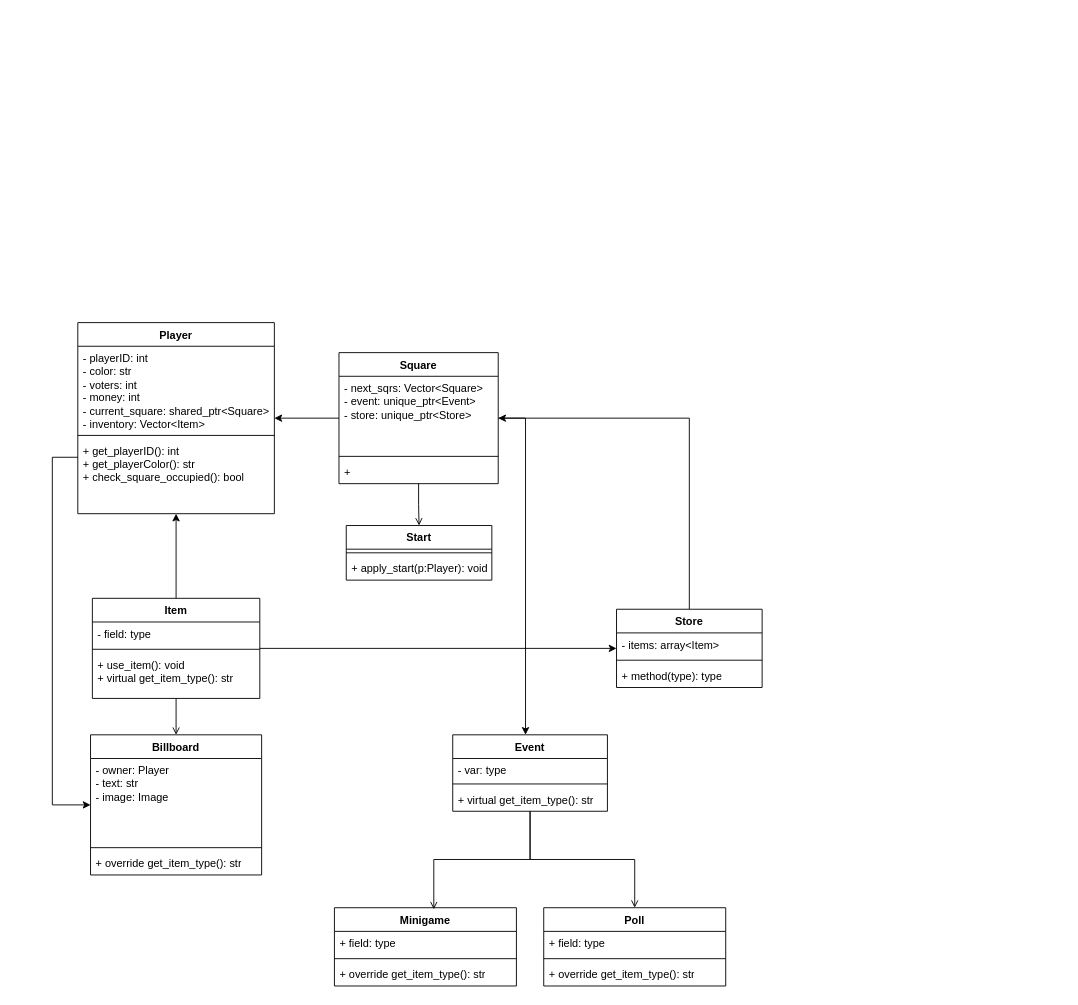
drussillo/PoliticalPartyParty keeps this draw.io diagram as design/p3UML.drawio. Above is the earlier version. Source tidied: cells renumbered, new cells numbered last; positions are measured from the earlier drawing's top-left corner, leaving out a move shared by most shapes. Both pictures are drawn from the tidied source at 91%, with x=0, y=0 at pixel (52, 322).
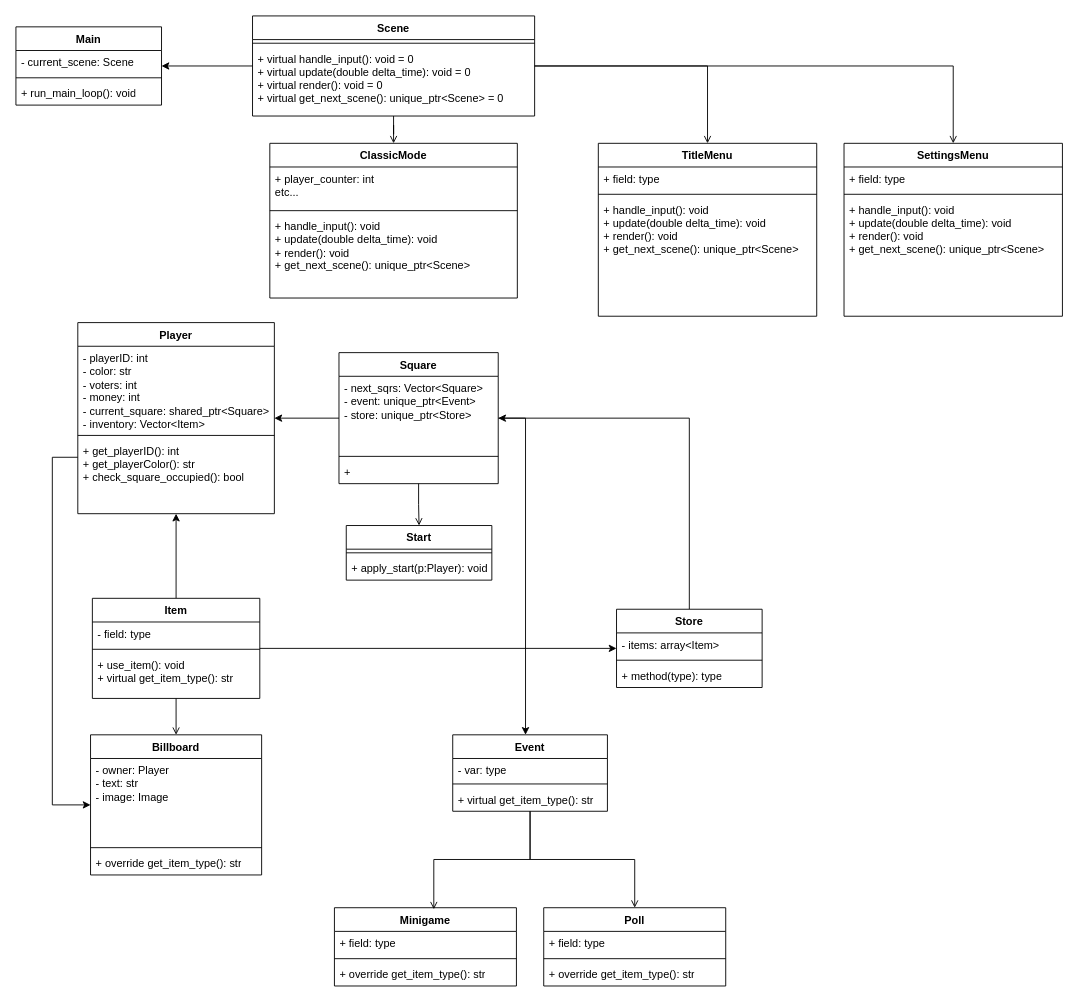
The same page after the edit.

Commit message:
Updated UML diagram - Added scene class and subclasses

The edit, as a diff of the source:
```diff
@@
+    <mxCell id="47" style="edgeStyle=orthogonalEdgeStyle;rounded=0;jettySize=auto;html=1;" parent="1" edge="1" source="51" target="54">
+      <mxGeometry relative="1" as="geometry" />
+    </mxCell>
+    <mxCell id="48" style="edgeStyle=orthogonalEdgeStyle;rounded=0;jettySize=auto;html=1;endArrow=open;endFill=0;" parent="1" edge="1" source="51" target="58">
+      <mxGeometry relative="1" as="geometry" />
+    </mxCell>
+    <mxCell id="49" style="edgeStyle=orthogonalEdgeStyle;rounded=0;jettySize=auto;html=1;endArrow=open;endFill=0;" parent="1" edge="1" source="51" target="62">
+      <mxGeometry relative="1" as="geometry" />
+    </mxCell>
+    <mxCell id="50" style="edgeStyle=orthogonalEdgeStyle;rounded=0;jettySize=auto;html=1;endArrow=open;endFill=0;" parent="1" edge="1" source="51" target="66">
+      <mxGeometry relative="1" as="geometry" />
+    </mxCell>
+    <mxCell id="51" value="Scene" style="swimlane;fontStyle=1;align=center;verticalAlign=top;horizontal=1;startSize=26;whiteSpace=wrap;html=1;" parent="1" vertex="1">
+      <mxGeometry x="220" y="-337" width="310" height="110" as="geometry" />
+    </mxCell>
+    <mxCell id="52" style="line;strokeWidth=1;fillColor=none;align=left;verticalAlign=middle;spacingTop=-1;spacingLeft=3;spacingRight=3;labelPosition=right;strokeColor=inherit;" parent="51" vertex="1">
+      <mxGeometry y="26" width="310" height="8" as="geometry" />
+    </mxCell>
+    <mxCell id="53" value="+ virtual handle_input(): void = 0&lt;div&gt;+ virtual update(double delta_time): void = 0&lt;/div&gt;&lt;div&gt;+ virtual render(): void = 0&lt;/div&gt;&lt;div&gt;+ virtual get_next_scene(): unique_ptr&amp;lt;Scene&amp;gt; = 0&lt;/div&gt;" style="text;strokeColor=none;fillColor=none;align=left;verticalAlign=top;spacingLeft=4;spacingRight=4;overflow=hidden;whiteSpace=wrap;html=1;" parent="51" vertex="1">
+      <mxGeometry y="34" width="310" height="76" as="geometry" />
+    </mxCell>
+    <mxCell id="54" value="&lt;div&gt;Main&lt;/div&gt;" style="swimlane;fontStyle=1;align=center;verticalAlign=top;horizontal=1;startSize=26;whiteSpace=wrap;html=1;" parent="1" vertex="1">
+      <mxGeometry x="-40" y="-325" width="160" height="86" as="geometry" />
+    </mxCell>
+    <mxCell id="55" value="- current_scene: Scene" style="text;strokeColor=none;fillColor=none;align=left;verticalAlign=top;spacingLeft=4;spacingRight=4;overflow=hidden;whiteSpace=wrap;html=1;" parent="54" vertex="1">
+      <mxGeometry y="26" width="160" height="26" as="geometry" />
+    </mxCell>
+    <mxCell id="56" style="line;strokeWidth=1;fillColor=none;align=left;verticalAlign=middle;spacingTop=-1;spacingLeft=3;spacingRight=3;labelPosition=right;strokeColor=inherit;" parent="54" vertex="1">
+      <mxGeometry y="52" width="160" height="8" as="geometry" />
+    </mxCell>
+    <mxCell id="57" value="+ run_main_loop(): void" style="text;strokeColor=none;fillColor=none;align=left;verticalAlign=top;spacingLeft=4;spacingRight=4;overflow=hidden;whiteSpace=wrap;html=1;" parent="54" vertex="1">
+      <mxGeometry y="60" width="160" height="26" as="geometry" />
+    </mxCell>
+    <mxCell id="58" value="TitleMenu" style="swimlane;fontStyle=1;align=center;verticalAlign=top;horizontal=1;startSize=26;whiteSpace=wrap;html=1;" parent="1" vertex="1">
+      <mxGeometry x="600" y="-197" width="240" height="190" as="geometry" />
+    </mxCell>
+    <mxCell id="59" value="+ field: type" style="text;strokeColor=none;fillColor=none;align=left;verticalAlign=top;spacingLeft=4;spacingRight=4;overflow=hidden;whiteSpace=wrap;html=1;" parent="58" vertex="1">
+      <mxGeometry y="26" width="240" height="26" as="geometry" />
+    </mxCell>
+    <mxCell id="60" style="line;strokeWidth=1;fillColor=none;align=left;verticalAlign=middle;spacingTop=-1;spacingLeft=3;spacingRight=3;labelPosition=right;strokeColor=inherit;" parent="58" vertex="1">
+      <mxGeometry y="52" width="240" height="8" as="geometry" />
+    </mxCell>
+    <mxCell id="61" value="+ handle_input(): void&lt;div&gt;+ update(double delta_time): void&lt;/div&gt;&lt;div&gt;+ render(): void&lt;/div&gt;&lt;div&gt;+ get_next_scene(): unique_ptr&amp;lt;Scene&amp;gt;&lt;/div&gt;" style="text;strokeColor=none;fillColor=none;align=left;verticalAlign=top;spacingLeft=4;spacingRight=4;overflow=hidden;whiteSpace=wrap;html=1;" parent="58" vertex="1">
+      <mxGeometry y="60" width="240" height="130" as="geometry" />
+    </mxCell>
+    <mxCell id="62" value="ClassicMode" style="swimlane;fontStyle=1;align=center;verticalAlign=top;horizontal=1;startSize=26;whiteSpace=wrap;html=1;" parent="1" vertex="1">
+      <mxGeometry x="239" y="-197" width="272" height="170" as="geometry" />
+    </mxCell>
+    <mxCell id="63" value="+ player_counter: int&amp;nbsp;&lt;div&gt;etc...&lt;/div&gt;" style="text;strokeColor=none;fillColor=none;align=left;verticalAlign=top;spacingLeft=4;spacingRight=4;overflow=hidden;whiteSpace=wrap;html=1;" parent="62" vertex="1">
+      <mxGeometry y="26" width="272" height="44" as="geometry" />
+    </mxCell>
+    <mxCell id="64" style="line;strokeWidth=1;fillColor=none;align=left;verticalAlign=middle;spacingTop=-1;spacingLeft=3;spacingRight=3;labelPosition=right;strokeColor=inherit;" parent="62" vertex="1">
+      <mxGeometry y="70" width="272" height="8" as="geometry" />
+    </mxCell>
+    <mxCell id="65" value="+ handle_input(): void&lt;div&gt;+ update(double delta_time): void&lt;/div&gt;&lt;div&gt;+ render(): void&lt;/div&gt;&lt;div&gt;+ get_next_scene(): unique_ptr&amp;lt;Scene&amp;gt;&lt;/div&gt;" style="text;strokeColor=none;fillColor=none;align=left;verticalAlign=top;spacingLeft=4;spacingRight=4;overflow=hidden;whiteSpace=wrap;html=1;" parent="62" vertex="1">
+      <mxGeometry y="78" width="272" height="92" as="geometry" />
+    </mxCell>
+    <mxCell id="66" value="SettingsMenu" style="swimlane;fontStyle=1;align=center;verticalAlign=top;horizontal=1;startSize=26;whiteSpace=wrap;html=1;" parent="1" vertex="1">
+      <mxGeometry x="870" y="-197" width="240" height="190" as="geometry" />
+    </mxCell>
+    <mxCell id="67" value="+ field: type" style="text;strokeColor=none;fillColor=none;align=left;verticalAlign=top;spacingLeft=4;spacingRight=4;overflow=hidden;whiteSpace=wrap;html=1;" parent="66" vertex="1">
+      <mxGeometry y="26" width="240" height="26" as="geometry" />
+    </mxCell>
+    <mxCell id="68" style="line;strokeWidth=1;fillColor=none;align=left;verticalAlign=middle;spacingTop=-1;spacingLeft=3;spacingRight=3;labelPosition=right;strokeColor=inherit;" parent="66" vertex="1">
+      <mxGeometry y="52" width="240" height="8" as="geometry" />
+    </mxCell>
+    <mxCell id="69" value="+ handle_input(): void&lt;div&gt;+ update(double delta_time): void&lt;/div&gt;&lt;div&gt;+ render(): void&lt;/div&gt;&lt;div&gt;+ get_next_scene(): unique_ptr&amp;lt;Scene&amp;gt;&lt;/div&gt;" style="text;strokeColor=none;fillColor=none;align=left;verticalAlign=top;spacingLeft=4;spacingRight=4;overflow=hidden;whiteSpace=wrap;html=1;" parent="66" vertex="1">
+      <mxGeometry y="60" width="240" height="130" as="geometry" />
+    </mxCell>
```
